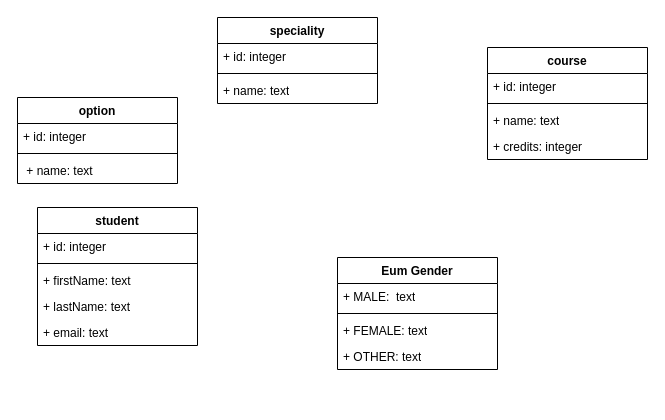
Above: page "Page-1" (1 of 3) of schoolapp-use-case-spring-1.drawio in sidofdountio/schoolappui (draw.io), before the change. Source tidied: cells renumbered, new cells numbered last; positions are measured from the earlier drawing's top-left corner, leaving out a move shared by most shapes. Both pictures are drawn from the tidied source at 100%, with x=0, y=0 at pixel (17, 17).
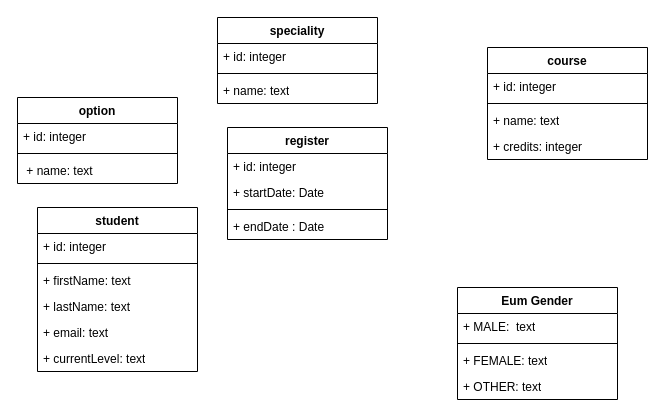
The same page after the edit.

The edit, as a diff of the source:
```diff
@@
     <mxCell id="15" value="student" style="swimlane;fontStyle=1;align=center;verticalAlign=top;horizontal=1;startSize=26;whiteSpace=wrap;html=1;" parent="1" vertex="1">
-      <mxGeometry x="20" y="190" width="160" height="138" as="geometry" />
+      <mxGeometry x="20" y="190" width="160" height="164" as="geometry" />
     </mxCell>
@@
+    <mxCell id="26" value="+ currentLevel: text" style="text;strokeColor=none;fillColor=none;align=left;verticalAlign=top;spacingLeft=4;spacingRight=4;overflow=hidden;whiteSpace=wrap;html=1;" parent="15" vertex="1">
+      <mxGeometry y="138" width="160" height="26" as="geometry" />
+    </mxCell>
     <mxCell id="21" value="Eum Gender" style="swimlane;fontStyle=1;align=center;verticalAlign=top;horizontal=1;startSize=26;whiteSpace=wrap;html=1;" parent="1" vertex="1">
-      <mxGeometry x="320" y="240" width="160" height="112" as="geometry" />
+      <mxGeometry x="440" y="270" width="160" height="112" as="geometry" />
     </mxCell>
@@
+    <mxCell id="27" value="register" style="swimlane;fontStyle=1;align=center;verticalAlign=top;horizontal=1;startSize=26;whiteSpace=wrap;html=1;" parent="1" vertex="1">
+      <mxGeometry x="210" y="110" width="160" height="112" as="geometry" />
+    </mxCell>
+    <mxCell id="28" value="+ id: integer" style="text;strokeColor=none;fillColor=none;align=left;verticalAlign=top;spacingLeft=4;spacingRight=4;overflow=hidden;whiteSpace=wrap;html=1;" parent="27" vertex="1">
+      <mxGeometry y="26" width="160" height="26" as="geometry" />
+    </mxCell>
+    <mxCell id="29" value="+ startDate: Date" style="text;strokeColor=none;fillColor=none;align=left;verticalAlign=top;spacingLeft=4;spacingRight=4;overflow=hidden;whiteSpace=wrap;html=1;" parent="27" vertex="1">
+      <mxGeometry y="52" width="160" height="26" as="geometry" />
+    </mxCell>
+    <mxCell id="30" style="line;strokeWidth=1;fillColor=none;align=left;verticalAlign=middle;spacingTop=-1;spacingLeft=3;spacingRight=3;labelPosition=right;strokeColor=inherit;" parent="27" vertex="1">
+      <mxGeometry y="78" width="160" height="8" as="geometry" />
+    </mxCell>
+    <mxCell id="31" value="+ endDate : Date" style="text;strokeColor=none;fillColor=none;align=left;verticalAlign=top;spacingLeft=4;spacingRight=4;overflow=hidden;whiteSpace=wrap;html=1;" parent="27" vertex="1">
+      <mxGeometry y="86" width="160" height="26" as="geometry" />
+    </mxCell>
```
